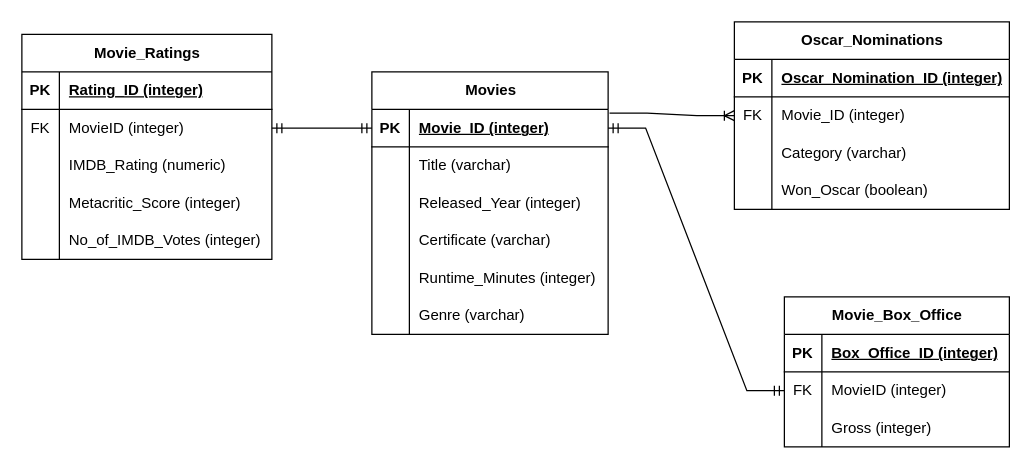
clu0501/data-modeling-etl keeps this draw.io diagram as media/Movies.drawio. Above is the earlier version. Source tidied: cells renumbered, new cells numbered last; positions are measured from the earlier drawing's top-left corner, leaving out a move shared by most shapes. Both pictures are drawn from the tidied source at 125%, with x=0, y=0 at pixel (21, 21).
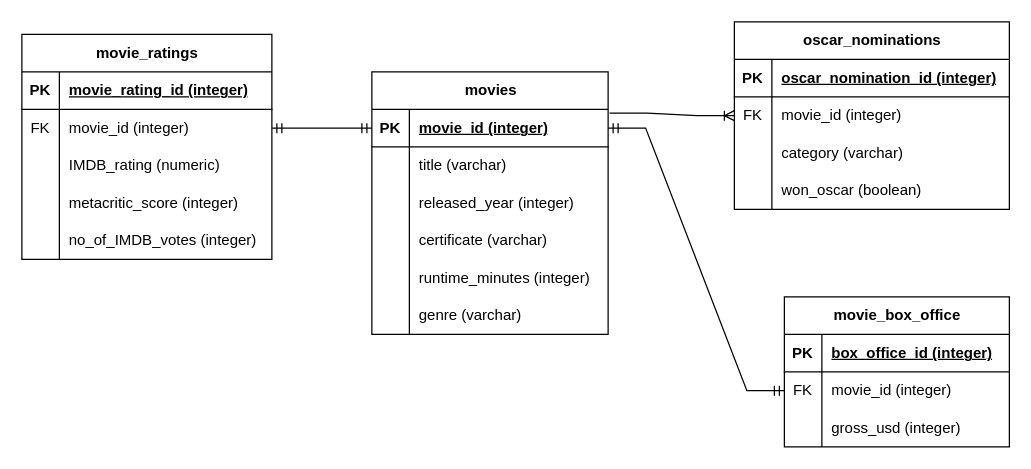
The same diagram, later.

Unchanged cells that the change refers to:
```xml
<mxCell id="3" style="shape=tableRow;horizontal=0;startSize=0;swimlaneHead=0;swimlaneBody=0;fillColor=none;points=[[0,0.5],[1,0.5]];portConstraint=eastwest;top=0;left=0;right=0;bottom=1;" parent="2" vertex="1">
  <mxGeometry y="30" width="189" height="30" as="geometry" />
</mxCell>
<mxCell id="6" style="shape=tableRow;horizontal=0;startSize=0;swimlaneHead=0;swimlaneBody=0;fillColor=none;top=0;left=0;right=0;bottom=0;" parent="2" vertex="1">
  <mxGeometry y="60" width="189" height="30" as="geometry" />
</mxCell>
<mxCell id="9" style="shape=tableRow;horizontal=0;startSize=0;swimlaneHead=0;swimlaneBody=0;fillColor=none;top=0;left=0;right=0;bottom=0;" parent="2" vertex="1">
  <mxGeometry y="90" width="189" height="30" as="geometry" />
</mxCell>
<mxCell id="12" style="shape=tableRow;horizontal=0;startSize=0;swimlaneHead=0;swimlaneBody=0;fillColor=none;top=0;left=0;right=0;bottom=0;" parent="2" vertex="1">
  <mxGeometry y="120" width="189" height="30" as="geometry" />
</mxCell>
<mxCell id="15" style="shape=tableRow;horizontal=0;startSize=0;swimlaneHead=0;swimlaneBody=0;fillColor=none;top=0;left=0;right=0;bottom=0;" parent="2" vertex="1">
  <mxGeometry y="150" width="189" height="30" as="geometry" />
</mxCell>
<mxCell id="18" style="shape=tableRow;horizontal=0;startSize=0;swimlaneHead=0;swimlaneBody=0;fillColor=none;top=0;left=0;right=0;bottom=0;" parent="2" vertex="1">
  <mxGeometry y="180" width="189" height="30" as="geometry" />
</mxCell>
<mxCell id="22" style="shape=tableRow;horizontal=0;startSize=0;swimlaneHead=0;swimlaneBody=0;fillColor=none;top=0;left=0;right=0;bottom=1;" parent="21" vertex="1">
  <mxGeometry y="30" width="200" height="30" as="geometry" />
</mxCell>
<mxCell id="25" style="shape=tableRow;horizontal=0;startSize=0;swimlaneHead=0;swimlaneBody=0;fillColor=none;points=[[0,0.5],[1,0.5]];portConstraint=eastwest;top=0;left=0;right=0;bottom=0;" parent="21" vertex="1">
  <mxGeometry y="60" width="200" height="30" as="geometry" />
</mxCell>
<mxCell id="28" style="shape=tableRow;horizontal=0;startSize=0;swimlaneHead=0;swimlaneBody=0;fillColor=none;top=0;left=0;right=0;bottom=0;" parent="21" vertex="1">
  <mxGeometry y="90" width="200" height="30" as="geometry" />
</mxCell>
<mxCell id="31" style="shape=tableRow;horizontal=0;startSize=0;swimlaneHead=0;swimlaneBody=0;fillColor=none;top=0;left=0;right=0;bottom=0;" parent="21" vertex="1">
  <mxGeometry y="120" width="200" height="30" as="geometry" />
</mxCell>
<mxCell id="34" style="shape=tableRow;horizontal=0;startSize=0;swimlaneHead=0;swimlaneBody=0;fillColor=none;top=0;left=0;right=0;bottom=0;" parent="21" vertex="1">
  <mxGeometry y="150" width="200" height="30" as="geometry" />
</mxCell>
<mxCell id="38" style="shape=tableRow;horizontal=0;startSize=0;swimlaneHead=0;swimlaneBody=0;fillColor=none;top=0;left=0;right=0;bottom=1;" parent="37" vertex="1">
  <mxGeometry y="30" width="180" height="30" as="geometry" />
</mxCell>
<mxCell id="41" style="shape=tableRow;horizontal=0;startSize=0;swimlaneHead=0;swimlaneBody=0;fillColor=none;points=[[0,0.5],[1,0.5]];portConstraint=eastwest;top=0;left=0;right=0;bottom=0;" parent="37" vertex="1">
  <mxGeometry y="60" width="180" height="30" as="geometry" />
</mxCell>
<mxCell id="44" style="shape=tableRow;horizontal=0;startSize=0;swimlaneHead=0;swimlaneBody=0;fillColor=none;top=0;left=0;right=0;bottom=0;" parent="37" vertex="1">
  <mxGeometry y="90" width="180" height="30" as="geometry" />
</mxCell>
<mxCell id="48" style="shape=tableRow;horizontal=0;startSize=0;swimlaneHead=0;swimlaneBody=0;fillColor=none;top=0;left=0;right=0;bottom=1;" parent="47" vertex="1">
  <mxGeometry y="30" width="220" height="30" as="geometry" />
</mxCell>
<mxCell id="51" style="shape=tableRow;horizontal=0;startSize=0;swimlaneHead=0;swimlaneBody=0;fillColor=none;points=[[0,0.5],[1,0.5]];portConstraint=eastwest;top=0;left=0;right=0;bottom=0;" parent="47" vertex="1">
  <mxGeometry y="60" width="220" height="30" as="geometry" />
</mxCell>
<mxCell id="54" style="shape=tableRow;horizontal=0;startSize=0;swimlaneHead=0;swimlaneBody=0;fillColor=none;top=0;left=0;right=0;bottom=0;" parent="47" vertex="1">
  <mxGeometry y="90" width="220" height="30" as="geometry" />
</mxCell>
<mxCell id="57" style="shape=tableRow;horizontal=0;startSize=0;swimlaneHead=0;swimlaneBody=0;fillColor=none;top=0;left=0;right=0;bottom=0;" parent="47" vertex="1">
  <mxGeometry y="120" width="220" height="30" as="geometry" />
</mxCell>
```

What changed in the source:
```diff
@@
-    <mxCell id="2" value="Movies" style="shape=table;startSize=30;childLayout=tableLayout;rowLines=0;fontStyle=1;align=center;html=1;" parent="1" vertex="1">
+    <mxCell id="2" value="movies" style="shape=table;startSize=30;childLayout=tableLayout;rowLines=0;fontStyle=1;align=center;html=1;" parent="1" vertex="1">
       <mxGeometry x="280" y="40" width="189" height="210" as="geometry" />
     </mxCell>
@@
-    <mxCell id="5" value="Movie_ID&amp;nbsp;(integer)" style="shape=partialRectangle;fillColor=none;top=0;left=0;bottom=0;right=0;align=left;spacingLeft=6;fontStyle=5;overflow=hidden;whiteSpace=wrap;html=1;" parent="3" vertex="1">
+    <mxCell id="5" value="movie_id (integer)" style="shape=partialRectangle;fillColor=none;top=0;left=0;bottom=0;right=0;align=left;spacingLeft=6;fontStyle=5;overflow=hidden;whiteSpace=wrap;html=1;" parent="3" vertex="1">
       <mxGeometry x="30" width="159" height="30" as="geometry" />
     </mxCell>
@@
-    <mxCell id="8" value="Title (varchar)" style="shape=partialRectangle;fillColor=none;top=0;left=0;bottom=0;right=0;align=left;spacingLeft=6;overflow=hidden;whiteSpace=wrap;html=1;" parent="6" vertex="1">
+    <mxCell id="8" value="title (varchar)" style="shape=partialRectangle;fillColor=none;top=0;left=0;bottom=0;right=0;align=left;spacingLeft=6;overflow=hidden;whiteSpace=wrap;html=1;" parent="6" vertex="1">
       <mxGeometry x="30" width="159" height="30" as="geometry" />
     </mxCell>
@@
-    <mxCell id="11" value="Released_Year (integer)" style="shape=partialRectangle;fillColor=none;top=0;left=0;bottom=0;right=0;align=left;spacingLeft=6;overflow=hidden;whiteSpace=wrap;html=1;" parent="9" vertex="1">
+    <mxCell id="11" value="released_year (integer)" style="shape=partialRectangle;fillColor=none;top=0;left=0;bottom=0;right=0;align=left;spacingLeft=6;overflow=hidden;whiteSpace=wrap;html=1;" parent="9" vertex="1">
       <mxGeometry x="30" width="159" height="30" as="geometry" />
     </mxCell>
@@
-    <mxCell id="14" value="Certificate (varchar)" style="shape=partialRectangle;fillColor=none;top=0;left=0;bottom=0;right=0;align=left;spacingLeft=6;overflow=hidden;whiteSpace=wrap;html=1;" parent="12" vertex="1">
+    <mxCell id="14" value="certificate (varchar)" style="shape=partialRectangle;fillColor=none;top=0;left=0;bottom=0;right=0;align=left;spacingLeft=6;overflow=hidden;whiteSpace=wrap;html=1;" parent="12" vertex="1">
       <mxGeometry x="30" width="159" height="30" as="geometry" />
     </mxCell>
@@
-    <mxCell id="17" value="Runtime_Minutes (integer)" style="shape=partialRectangle;fillColor=none;top=0;left=0;bottom=0;right=0;align=left;spacingLeft=6;overflow=hidden;whiteSpace=wrap;html=1;" parent="15" vertex="1">
+    <mxCell id="17" value="runtime_minutes (integer)" style="shape=partialRectangle;fillColor=none;top=0;left=0;bottom=0;right=0;align=left;spacingLeft=6;overflow=hidden;whiteSpace=wrap;html=1;" parent="15" vertex="1">
       <mxGeometry x="30" width="159" height="30" as="geometry" />
     </mxCell>
@@
-    <mxCell id="20" value="Genre (varchar)" style="shape=partialRectangle;fillColor=none;top=0;left=0;bottom=0;right=0;align=left;spacingLeft=6;overflow=hidden;whiteSpace=wrap;html=1;" parent="18" vertex="1">
+    <mxCell id="20" value="genre (varchar)" style="shape=partialRectangle;fillColor=none;top=0;left=0;bottom=0;right=0;align=left;spacingLeft=6;overflow=hidden;whiteSpace=wrap;html=1;" parent="18" vertex="1">
       <mxGeometry x="30" width="159" height="30" as="geometry" />
     </mxCell>
-    <mxCell id="21" value="Movie_Ratings" style="shape=table;startSize=30;childLayout=tableLayout;rowLines=0;fontStyle=1;align=center;html=1;" parent="1" vertex="1">
+    <mxCell id="21" value="movie_ratings" style="shape=table;startSize=30;childLayout=tableLayout;rowLines=0;fontStyle=1;align=center;html=1;" parent="1" vertex="1">
       <mxGeometry y="10" width="200" height="180" as="geometry" />
     </mxCell>
@@
-    <mxCell id="24" value="Rating_ID (integer)" style="shape=partialRectangle;fillColor=none;top=0;left=0;bottom=0;right=0;align=left;spacingLeft=6;fontStyle=5;overflow=hidden;whiteSpace=wrap;html=1;" parent="22" vertex="1">
+    <mxCell id="24" value="movie_rating_id (integer)" style="shape=partialRectangle;fillColor=none;top=0;left=0;bottom=0;right=0;align=left;spacingLeft=6;fontStyle=5;overflow=hidden;whiteSpace=wrap;html=1;" parent="22" vertex="1">
       <mxGeometry x="30" width="170" height="30" as="geometry" />
     </mxCell>
@@
-    <mxCell id="27" value="MovieID (integer)" style="shape=partialRectangle;fillColor=none;top=0;left=0;bottom=0;right=0;align=left;spacingLeft=6;overflow=hidden;whiteSpace=wrap;html=1;" parent="25" vertex="1">
+    <mxCell id="27" value="movie_id (integer)" style="shape=partialRectangle;fillColor=none;top=0;left=0;bottom=0;right=0;align=left;spacingLeft=6;overflow=hidden;whiteSpace=wrap;html=1;" parent="25" vertex="1">
       <mxGeometry x="30" width="170" height="30" as="geometry" />
     </mxCell>
@@
-    <mxCell id="30" value="IMDB_Rating (numeric)" style="shape=partialRectangle;fillColor=none;top=0;left=0;bottom=0;right=0;align=left;spacingLeft=6;overflow=hidden;whiteSpace=wrap;html=1;" parent="28" vertex="1">
+    <mxCell id="30" value="IMDB_rating (numeric)" style="shape=partialRectangle;fillColor=none;top=0;left=0;bottom=0;right=0;align=left;spacingLeft=6;overflow=hidden;whiteSpace=wrap;html=1;" parent="28" vertex="1">
       <mxGeometry x="30" width="170" height="30" as="geometry" />
     </mxCell>
@@
-    <mxCell id="33" value="Metacritic_Score (integer)" style="shape=partialRectangle;fillColor=none;top=0;left=0;bottom=0;right=0;align=left;spacingLeft=6;overflow=hidden;whiteSpace=wrap;html=1;" parent="31" vertex="1">
+    <mxCell id="33" value="metacritic_score (integer)" style="shape=partialRectangle;fillColor=none;top=0;left=0;bottom=0;right=0;align=left;spacingLeft=6;overflow=hidden;whiteSpace=wrap;html=1;" parent="31" vertex="1">
       <mxGeometry x="30" width="170" height="30" as="geometry" />
     </mxCell>
@@
-    <mxCell id="36" value="No_of_IMDB_Votes (integer)" style="shape=partialRectangle;fillColor=none;top=0;left=0;bottom=0;right=0;align=left;spacingLeft=6;overflow=hidden;whiteSpace=wrap;html=1;" parent="34" vertex="1">
+    <mxCell id="36" value="no_of_IMDB_votes (integer)" style="shape=partialRectangle;fillColor=none;top=0;left=0;bottom=0;right=0;align=left;spacingLeft=6;overflow=hidden;whiteSpace=wrap;html=1;" parent="34" vertex="1">
       <mxGeometry x="30" width="170" height="30" as="geometry" />
     </mxCell>
-    <mxCell id="37" value="Movie_Box_Office" style="shape=table;startSize=30;childLayout=tableLayout;rowLines=0;fontStyle=1;align=center;html=1;" parent="1" vertex="1">
+    <mxCell id="37" value="movie_box_office" style="shape=table;startSize=30;childLayout=tableLayout;rowLines=0;fontStyle=1;align=center;html=1;" parent="1" vertex="1">
       <mxGeometry x="610" y="220" width="180" height="120" as="geometry" />
     </mxCell>
@@
-    <mxCell id="40" value="Box_Office_ID (integer)" style="shape=partialRectangle;fillColor=none;top=0;left=0;bottom=0;right=0;align=left;spacingLeft=6;fontStyle=5;overflow=hidden;whiteSpace=wrap;html=1;" parent="38" vertex="1">
+    <mxCell id="40" value="box_office_id (integer)" style="shape=partialRectangle;fillColor=none;top=0;left=0;bottom=0;right=0;align=left;spacingLeft=6;fontStyle=5;overflow=hidden;whiteSpace=wrap;html=1;" parent="38" vertex="1">
       <mxGeometry x="30" width="150" height="30" as="geometry" />
     </mxCell>
@@
-    <mxCell id="43" value="MovieID (integer)" style="shape=partialRectangle;fillColor=none;top=0;left=0;bottom=0;right=0;align=left;spacingLeft=6;overflow=hidden;whiteSpace=wrap;html=1;" parent="41" vertex="1">
+    <mxCell id="43" value="movie_id (integer)" style="shape=partialRectangle;fillColor=none;top=0;left=0;bottom=0;right=0;align=left;spacingLeft=6;overflow=hidden;whiteSpace=wrap;html=1;" parent="41" vertex="1">
       <mxGeometry x="30" width="150" height="30" as="geometry" />
     </mxCell>
@@
-    <mxCell id="46" value="Gross (integer)" style="shape=partialRectangle;fillColor=none;top=0;left=0;bottom=0;right=0;align=left;spacingLeft=6;overflow=hidden;whiteSpace=wrap;html=1;" parent="44" vertex="1">
+    <mxCell id="46" value="gross_usd (integer)" style="shape=partialRectangle;fillColor=none;top=0;left=0;bottom=0;right=0;align=left;spacingLeft=6;overflow=hidden;whiteSpace=wrap;html=1;" parent="44" vertex="1">
       <mxGeometry x="30" width="150" height="30" as="geometry" />
     </mxCell>
-    <mxCell id="47" value="Oscar_Nominations" style="shape=table;startSize=30;childLayout=tableLayout;rowLines=0;fontStyle=1;align=center;html=1;" parent="1" vertex="1">
+    <mxCell id="47" value="oscar_nominations" style="shape=table;startSize=30;childLayout=tableLayout;rowLines=0;fontStyle=1;align=center;html=1;" parent="1" vertex="1">
       <mxGeometry x="570" width="220" height="150" as="geometry" />
     </mxCell>
@@
-    <mxCell id="50" value="Oscar_Nomination_ID (integer)" style="shape=partialRectangle;fillColor=none;top=0;left=0;bottom=0;right=0;align=left;spacingLeft=6;fontStyle=5;overflow=hidden;whiteSpace=wrap;html=1;" parent="48" vertex="1">
+    <mxCell id="50" value="oscar_nomination_id (integer)" style="shape=partialRectangle;fillColor=none;top=0;left=0;bottom=0;right=0;align=left;spacingLeft=6;fontStyle=5;overflow=hidden;whiteSpace=wrap;html=1;" parent="48" vertex="1">
       <mxGeometry x="30" width="190" height="30" as="geometry" />
     </mxCell>
@@
-    <mxCell id="53" value="Movie_ID (integer)" style="shape=partialRectangle;fillColor=none;top=0;left=0;bottom=0;right=0;align=left;spacingLeft=6;overflow=hidden;whiteSpace=wrap;html=1;" parent="51" vertex="1">
+    <mxCell id="53" value="movie_id (integer)" style="shape=partialRectangle;fillColor=none;top=0;left=0;bottom=0;right=0;align=left;spacingLeft=6;overflow=hidden;whiteSpace=wrap;html=1;" parent="51" vertex="1">
       <mxGeometry x="30" width="190" height="30" as="geometry" />
     </mxCell>
@@
-    <mxCell id="56" value="Category (varchar)" style="shape=partialRectangle;fillColor=none;top=0;left=0;bottom=0;right=0;align=left;spacingLeft=6;overflow=hidden;whiteSpace=wrap;html=1;" parent="54" vertex="1">
+    <mxCell id="56" value="category (varchar)" style="shape=partialRectangle;fillColor=none;top=0;left=0;bottom=0;right=0;align=left;spacingLeft=6;overflow=hidden;whiteSpace=wrap;html=1;" parent="54" vertex="1">
       <mxGeometry x="30" width="190" height="30" as="geometry" />
     </mxCell>
@@
-    <mxCell id="59" value="Won_Oscar (boolean)" style="shape=partialRectangle;fillColor=none;top=0;left=0;bottom=0;right=0;align=left;spacingLeft=6;overflow=hidden;whiteSpace=wrap;html=1;" parent="57" vertex="1">
+    <mxCell id="59" value="won_oscar (boolean)" style="shape=partialRectangle;fillColor=none;top=0;left=0;bottom=0;right=0;align=left;spacingLeft=6;overflow=hidden;whiteSpace=wrap;html=1;" parent="57" vertex="1">
       <mxGeometry x="30" width="190" height="30" as="geometry" />
     </mxCell>
```
